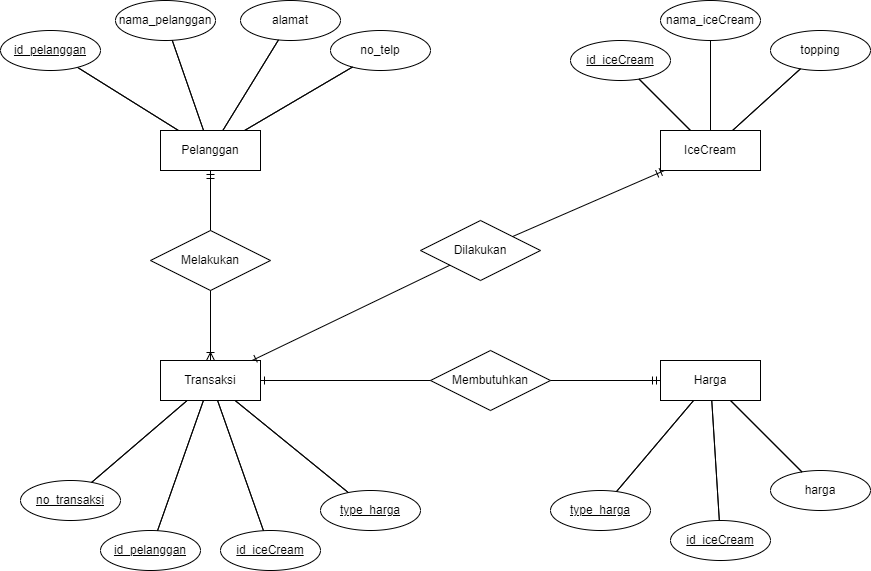
This is ERD/IceCream.png from praktikum-tiunpad-2022/proyek-web-execution, a draw.io export, as it was before one commit. Source tidied: cells renumbered, new cells last; positions are measured from the earlier drawing's top-left corner, leaving out a move shared by most shapes.
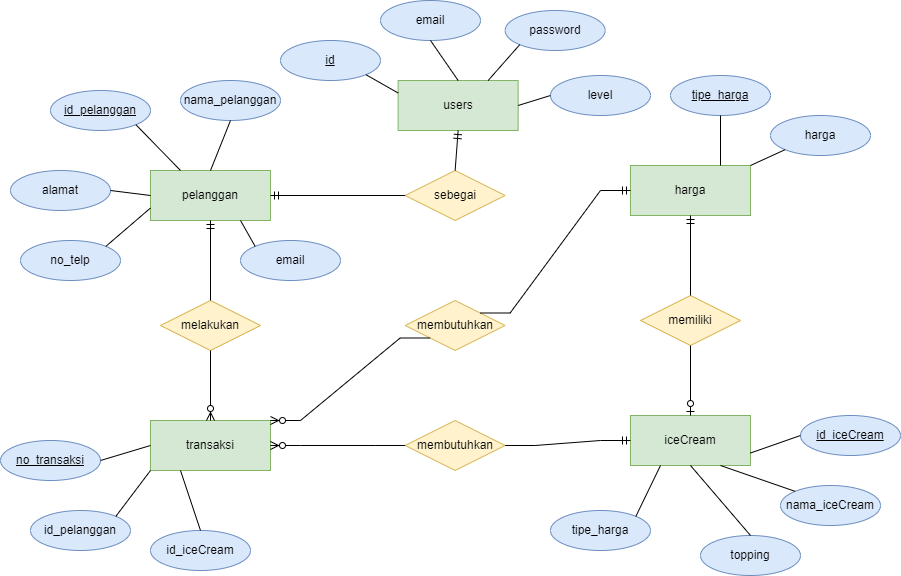
The same diagram one commit later.

The edit, as a diff of the source:
```diff
@@ -2,128 +2,173 @@
   <root>
     <mxCell id="0" />
     <mxCell id="1" parent="0" />
-    <mxCell id="2" style="rounded=0;jettySize=auto;html=1;shape=link;width=0;" parent="1" edge="1" source="3" target="4">
-      <mxGeometry relative="1" as="geometry" />
-    </mxCell>
-    <mxCell id="3" value="Pelanggan" style="whiteSpace=wrap;html=1;align=center;" parent="1" vertex="1">
-      <mxGeometry x="160" y="130" width="100" height="40" as="geometry" />
-    </mxCell>
-    <mxCell id="4" value="id_pelanggan" style="ellipse;whiteSpace=wrap;html=1;align=center;fontStyle=4;" parent="1" vertex="1">
-      <mxGeometry y="30" width="100" height="40" as="geometry" />
-    </mxCell>
+    <mxCell id="43" value="pelanggan" style="whiteSpace=wrap;html=1;align=center;fillColor=#d5e8d4;strokeColor=#82b366;" parent="1" vertex="1">
+      <mxGeometry x="-50" y="20" width="120" height="50" as="geometry" />
+    </mxCell>
+    <mxCell id="44" value="transaksi" style="whiteSpace=wrap;html=1;align=center;fillColor=#d5e8d4;strokeColor=#82b366;" parent="1" vertex="1">
+      <mxGeometry x="-50" y="270" width="120" height="50" as="geometry" />
+    </mxCell>
+    <mxCell id="45" value="iceCream" style="whiteSpace=wrap;html=1;align=center;fillColor=#d5e8d4;strokeColor=#82b366;" parent="1" vertex="1">
+      <mxGeometry x="430" y="265" width="120" height="50" as="geometry" />
+    </mxCell>
+    <mxCell id="46" value="harga" style="whiteSpace=wrap;html=1;align=center;fillColor=#d5e8d4;strokeColor=#82b366;" parent="1" vertex="1">
+      <mxGeometry x="430" y="15" width="120" height="50" as="geometry" />
+    </mxCell>
+    <mxCell id="47" value="melakukan" style="shape=rhombus;perimeter=rhombusPerimeter;whiteSpace=wrap;html=1;align=center;fillColor=#fff2cc;strokeColor=#d6b656;" parent="1" vertex="1">
+      <mxGeometry x="-40" y="150" width="100" height="50" as="geometry" />
+    </mxCell>
+    <mxCell id="48" style="fontSize=12;html=1;endArrow=ERmandOne;rounded=0;entryX=0.5;entryY=1;entryDx=0;entryDy=0;exitX=0.5;exitY=0;exitDx=0;exitDy=0;" parent="1" edge="1" source="47" target="43">
+      <mxGeometry relative="1" as="geometry" />
+    </mxCell>
+    <mxCell id="49" style="fontSize=12;html=1;endArrow=ERzeroToMany;endFill=1;rounded=0;entryX=0.5;entryY=0;entryDx=0;entryDy=0;exitX=0.5;exitY=1;exitDx=0;exitDy=0;" parent="1" edge="1" source="47" target="44">
+      <mxGeometry relative="1" as="geometry" />
+    </mxCell>
+    <mxCell id="50" value="membutuhkan" style="shape=rhombus;perimeter=rhombusPerimeter;whiteSpace=wrap;html=1;align=center;fillColor=#fff2cc;strokeColor=#d6b656;" parent="1" vertex="1">
+      <mxGeometry x="204.6" y="270" width="100" height="50" as="geometry" />
+    </mxCell>
+    <mxCell id="51" style="edgeStyle=entityRelationEdgeStyle;fontSize=12;html=1;endArrow=ERmandOne;rounded=0;entryX=0;entryY=0.5;entryDx=0;entryDy=0;exitX=1;exitY=0.5;exitDx=0;exitDy=0;" parent="1" edge="1" source="50" target="45">
+      <mxGeometry relative="1" as="geometry" />
+    </mxCell>
+    <mxCell id="52" style="edgeStyle=entityRelationEdgeStyle;fontSize=12;html=1;endArrow=ERzeroToMany;endFill=1;rounded=0;entryX=1;entryY=0.5;entryDx=0;entryDy=0;exitX=0;exitY=0.5;exitDx=0;exitDy=0;" parent="1" edge="1" source="50" target="44">
+      <mxGeometry relative="1" as="geometry" />
+    </mxCell>
+    <mxCell id="53" value="memiliki" style="shape=rhombus;perimeter=rhombusPerimeter;whiteSpace=wrap;html=1;align=center;fillColor=#fff2cc;strokeColor=#d6b656;" parent="1" vertex="1">
+      <mxGeometry x="440" y="145" width="100" height="50" as="geometry" />
+    </mxCell>
+    <mxCell id="54" style="fontSize=12;html=1;endArrow=ERzeroToOne;endFill=1;rounded=0;entryX=0.5;entryY=0;entryDx=0;entryDy=0;exitX=0.5;exitY=1;exitDx=0;exitDy=0;" parent="1" edge="1" source="53" target="45">
+      <mxGeometry relative="1" as="geometry" />
+    </mxCell>
+    <mxCell id="55" style="fontSize=12;html=1;endArrow=ERmandOne;rounded=0;entryX=0.5;entryY=1;entryDx=0;entryDy=0;exitX=0.5;exitY=0;exitDx=0;exitDy=0;" parent="1" edge="1" source="53" target="46">
+      <mxGeometry relative="1" as="geometry" />
+    </mxCell>
+    <mxCell id="56" value="membutuhkan" style="shape=rhombus;perimeter=rhombusPerimeter;whiteSpace=wrap;html=1;align=center;fillColor=#fff2cc;strokeColor=#d6b656;" parent="1" vertex="1">
+      <mxGeometry x="204.6" y="150" width="100" height="50" as="geometry" />
+    </mxCell>
+    <mxCell id="57" style="edgeStyle=entityRelationEdgeStyle;fontSize=12;html=1;endArrow=ERmandOne;rounded=0;entryX=0;entryY=0.5;entryDx=0;entryDy=0;exitX=1;exitY=0;exitDx=0;exitDy=0;" parent="1" edge="1" source="56" target="46">
+      <mxGeometry relative="1" as="geometry" />
+    </mxCell>
+    <mxCell id="58" style="edgeStyle=entityRelationEdgeStyle;fontSize=12;html=1;endArrow=ERzeroToMany;endFill=1;rounded=0;entryX=1;entryY=0;entryDx=0;entryDy=0;exitX=0;exitY=1;exitDx=0;exitDy=0;" parent="1" edge="1" source="56" target="44">
+      <mxGeometry relative="1" as="geometry" />
+    </mxCell>
+    <mxCell id="59" value="id_pelanggan" style="ellipse;whiteSpace=wrap;html=1;align=center;fontStyle=4;fillColor=#dae8fc;strokeColor=#6c8ebf;" parent="1" vertex="1">
+      <mxGeometry x="-150" y="-60" width="100" height="40" as="geometry" />
+    </mxCell>
-    <mxCell id="5" value="nama_pelanggan" style="ellipse;whiteSpace=wrap;html=1;align=center;" parent="1" vertex="1">
-      <mxGeometry x="115" width="100" height="40" as="geometry" />
+    <mxCell id="5" value="nama_pelanggan" style="ellipse;whiteSpace=wrap;html=1;align=center;fillColor=#dae8fc;strokeColor=#6c8ebf;" parent="1" vertex="1">
+      <mxGeometry x="-20" y="-70" width="100" height="40" as="geometry" />
     </mxCell>
-    <mxCell id="6" value="alamat" style="ellipse;whiteSpace=wrap;html=1;align=center;" parent="1" vertex="1">
-      <mxGeometry x="240" width="100" height="40" as="geometry" />
+    <mxCell id="6" value="alamat" style="ellipse;whiteSpace=wrap;html=1;align=center;fillColor=#dae8fc;strokeColor=#6c8ebf;" parent="1" vertex="1">
+      <mxGeometry x="-190" y="20" width="100" height="40" as="geometry" />
     </mxCell>
-    <mxCell id="7" value="no_telp" style="ellipse;whiteSpace=wrap;html=1;align=center;" parent="1" vertex="1">
-      <mxGeometry x="330" y="30" width="100" height="40" as="geometry" />
+    <mxCell id="7" value="no_telp" style="ellipse;whiteSpace=wrap;html=1;align=center;fillColor=#dae8fc;strokeColor=#6c8ebf;" parent="1" vertex="1">
+      <mxGeometry x="-180" y="90" width="100" height="40" as="geometry" />
     </mxCell>
-    <mxCell id="8" style="rounded=0;jettySize=auto;html=1;shape=link;width=0;" parent="1" edge="1" source="3" target="5">
-      <mxGeometry relative="1" as="geometry" />
-    </mxCell>
-    <mxCell id="9" style="rounded=0;jettySize=auto;html=1;shape=link;width=0;" parent="1" edge="1" source="3" target="6">
-      <mxGeometry relative="1" as="geometry" />
-    </mxCell>
-    <mxCell id="10" style="rounded=0;jettySize=auto;html=1;shape=link;width=0;" parent="1" edge="1" source="3" target="7">
-      <mxGeometry relative="1" as="geometry" />
-    </mxCell>
-    <mxCell id="11" value="Transaksi" style="whiteSpace=wrap;html=1;align=center;" parent="1" vertex="1">
-      <mxGeometry x="160" y="360" width="100" height="40" as="geometry" />
-    </mxCell>
-    <mxCell id="12" value="no_transaksi" style="ellipse;whiteSpace=wrap;html=1;align=center;fontStyle=4;" parent="1" vertex="1">
-      <mxGeometry x="20" y="480" width="100" height="40" as="geometry" />
-    </mxCell>
-    <mxCell id="13" value="id_pelanggan" style="ellipse;whiteSpace=wrap;html=1;align=center;fontStyle=4;" parent="1" vertex="1">
-      <mxGeometry x="100" y="530" width="100" height="40" as="geometry" />
-    </mxCell>
-    <mxCell id="14" value="id_iceCream" style="ellipse;whiteSpace=wrap;html=1;align=center;fontStyle=4;" parent="1" vertex="1">
-      <mxGeometry x="220" y="530" width="100" height="40" as="geometry" />
-    </mxCell>
-    <mxCell id="15" value="type_harga" style="ellipse;whiteSpace=wrap;html=1;align=center;fontStyle=4;" parent="1" vertex="1">
-      <mxGeometry x="320" y="490" width="100" height="40" as="geometry" />
-    </mxCell>
-    <mxCell id="16" style="rounded=0;jettySize=auto;html=1;shape=link;width=0;" parent="1" edge="1" source="11" target="12">
-      <mxGeometry relative="1" as="geometry" />
-    </mxCell>
-    <mxCell id="17" style="rounded=0;jettySize=auto;html=1;shape=link;width=0;" parent="1" edge="1" source="11" target="13">
-      <mxGeometry relative="1" as="geometry" />
-    </mxCell>
-    <mxCell id="18" style="rounded=0;jettySize=auto;html=1;shape=link;width=0;" parent="1" edge="1" source="11" target="14">
-      <mxGeometry relative="1" as="geometry" />
-    </mxCell>
-    <mxCell id="19" style="rounded=0;jettySize=auto;html=1;shape=link;width=0;" parent="1" edge="1" source="11" target="15">
-      <mxGeometry relative="1" as="geometry" />
-    </mxCell>
-    <mxCell id="20" value="IceCream" style="whiteSpace=wrap;html=1;align=center;" parent="1" vertex="1">
-      <mxGeometry x="660" y="130" width="100" height="40" as="geometry" />
-    </mxCell>
-    <mxCell id="21" value="id_iceCream" style="ellipse;whiteSpace=wrap;html=1;align=center;fontStyle=4;" parent="1" vertex="1">
-      <mxGeometry x="570" y="40" width="100" height="40" as="geometry" />
-    </mxCell>
+    <mxCell id="60" style="endArrow=none;html=1;rounded=0;exitX=1;exitY=0;exitDx=0;exitDy=0;entryX=0;entryY=0.75;entryDx=0;entryDy=0;" parent="1" edge="1" source="7" target="43">
+      <mxGeometry relative="1" as="geometry" />
+    </mxCell>
+    <mxCell id="61" style="endArrow=none;html=1;rounded=0;exitX=1;exitY=0.5;exitDx=0;exitDy=0;entryX=0;entryY=0.5;entryDx=0;entryDy=0;" parent="1" edge="1" source="6" target="43">
+      <mxGeometry relative="1" as="geometry" />
+    </mxCell>
+    <mxCell id="62" style="endArrow=none;html=1;rounded=0;exitX=1;exitY=1;exitDx=0;exitDy=0;entryX=0.25;entryY=0;entryDx=0;entryDy=0;" parent="1" edge="1" source="59" target="43">
+      <mxGeometry relative="1" as="geometry" />
+    </mxCell>
+    <mxCell id="63" style="endArrow=none;html=1;rounded=0;exitX=0.5;exitY=1;exitDx=0;exitDy=0;entryX=0.5;entryY=0;entryDx=0;entryDy=0;" parent="1" edge="1" source="5" target="43">
+      <mxGeometry relative="1" as="geometry" />
+    </mxCell>
+    <mxCell id="64" value="&lt;u&gt;tipe_harga&lt;/u&gt;" style="ellipse;whiteSpace=wrap;html=1;align=center;fillColor=#dae8fc;strokeColor=#6c8ebf;" parent="1" vertex="1">
+      <mxGeometry x="470" y="-75" width="100" height="40" as="geometry" />
+    </mxCell>
+    <mxCell id="65" value="harga" style="ellipse;whiteSpace=wrap;html=1;align=center;fillColor=#dae8fc;strokeColor=#6c8ebf;" parent="1" vertex="1">
+      <mxGeometry x="570" y="-35" width="100" height="40" as="geometry" />
+    </mxCell>
+    <mxCell id="66" style="endArrow=none;html=1;rounded=0;exitX=0.5;exitY=1;exitDx=0;exitDy=0;entryX=0.75;entryY=0;entryDx=0;entryDy=0;" parent="1" edge="1" source="64" target="46">
+      <mxGeometry relative="1" as="geometry" />
+    </mxCell>
+    <mxCell id="67" style="endArrow=none;html=1;rounded=0;entryX=0;entryY=1;entryDx=0;entryDy=0;exitX=1;exitY=0;exitDx=0;exitDy=0;" parent="1" edge="1" source="46" target="65">
+      <mxGeometry relative="1" as="geometry" />
+    </mxCell>
+    <mxCell id="68" value="&lt;u&gt;id_iceCream&lt;/u&gt;" style="ellipse;whiteSpace=wrap;html=1;align=center;fillColor=#dae8fc;strokeColor=#6c8ebf;" parent="1" vertex="1">
+      <mxGeometry x="600" y="265" width="100" height="40" as="geometry" />
+    </mxCell>
-    <mxCell id="22" value="nama_iceCream" style="ellipse;whiteSpace=wrap;html=1;align=center;" parent="1" vertex="1">
-      <mxGeometry x="660" width="100" height="40" as="geometry" />
+    <mxCell id="22" value="nama_iceCream" style="ellipse;whiteSpace=wrap;html=1;align=center;fillColor=#dae8fc;strokeColor=#6c8ebf;" parent="1" vertex="1">
+      <mxGeometry x="580" y="335" width="100" height="40" as="geometry" />
     </mxCell>
-    <mxCell id="23" value="topping" style="ellipse;whiteSpace=wrap;html=1;align=center;" parent="1" vertex="1">
-      <mxGeometry x="770" y="30" width="100" height="40" as="geometry" />
+    <mxCell id="23" value="topping" style="ellipse;whiteSpace=wrap;html=1;align=center;fillColor=#dae8fc;strokeColor=#6c8ebf;" parent="1" vertex="1">
+      <mxGeometry x="500" y="385" width="100" height="40" as="geometry" />
     </mxCell>
-    <mxCell id="24" style="rounded=0;jettySize=auto;html=1;shape=link;width=0;" parent="1" edge="1" source="20" target="21">
-      <mxGeometry relative="1" as="geometry" />
-    </mxCell>
-    <mxCell id="25" style="rounded=0;jettySize=auto;html=1;shape=link;width=0;" parent="1" edge="1" source="20" target="22">
-      <mxGeometry relative="1" as="geometry" />
-    </mxCell>
-    <mxCell id="26" style="rounded=0;jettySize=auto;html=1;shape=link;width=0;" parent="1" edge="1" source="20" target="23">
-      <mxGeometry relative="1" as="geometry" />
-    </mxCell>
-    <mxCell id="27" value="Harga" style="whiteSpace=wrap;html=1;align=center;" parent="1" vertex="1">
-      <mxGeometry x="660" y="360" width="100" height="40" as="geometry" />
-    </mxCell>
-    <mxCell id="28" value="type_harga" style="ellipse;whiteSpace=wrap;html=1;align=center;fontStyle=4;" parent="1" vertex="1">
-      <mxGeometry x="550" y="490" width="100" height="40" as="geometry" />
-    </mxCell>
-    <mxCell id="29" value="id_iceCream" style="ellipse;whiteSpace=wrap;html=1;align=center;fontStyle=4;" parent="1" vertex="1">
-      <mxGeometry x="670" y="520" width="100" height="40" as="geometry" />
-    </mxCell>
-    <mxCell id="30" value="harga" style="ellipse;whiteSpace=wrap;html=1;align=center;" parent="1" vertex="1">
-      <mxGeometry x="770" y="470" width="100" height="40" as="geometry" />
-    </mxCell>
-    <mxCell id="31" style="rounded=0;jettySize=auto;html=1;shape=link;width=0;" parent="1" edge="1" source="27" target="28">
-      <mxGeometry relative="1" as="geometry" />
-    </mxCell>
-    <mxCell id="32" style="rounded=0;jettySize=auto;html=1;shape=link;width=0;" parent="1" edge="1" source="27" target="29">
-      <mxGeometry relative="1" as="geometry" />
-    </mxCell>
-    <mxCell id="33" style="rounded=0;jettySize=auto;html=1;shape=link;width=0;" parent="1" edge="1" source="27" target="30">
-      <mxGeometry relative="1" as="geometry" />
-    </mxCell>
-    <mxCell id="34" value="Melakukan" style="shape=rhombus;perimeter=rhombusPerimeter;whiteSpace=wrap;html=1;align=center;" parent="1" vertex="1">
-      <mxGeometry x="150" y="230" width="120" height="60" as="geometry" />
-    </mxCell>
-    <mxCell id="35" style="fontSize=12;html=1;endArrow=ERmandOne;rounded=0;" parent="1" edge="1" source="34" target="3">
-      <mxGeometry relative="1" as="geometry" />
-    </mxCell>
-    <mxCell id="36" style="fontSize=12;html=1;endArrow=ERoneToMany;rounded=0;" parent="1" edge="1" source="34" target="11">
-      <mxGeometry relative="1" as="geometry" />
-    </mxCell>
-    <mxCell id="37" value="Dilakukan" style="shape=rhombus;perimeter=rhombusPerimeter;whiteSpace=wrap;html=1;align=center;" parent="1" vertex="1">
-      <mxGeometry x="420" y="220" width="120" height="60" as="geometry" />
-    </mxCell>
-    <mxCell id="38" value="Membutuhkan" style="shape=rhombus;perimeter=rhombusPerimeter;whiteSpace=wrap;html=1;align=center;" parent="1" vertex="1">
-      <mxGeometry x="430" y="350" width="120" height="60" as="geometry" />
-    </mxCell>
-    <mxCell id="39" style="fontSize=12;html=1;endArrow=ERmandOne;rounded=0;" parent="1" edge="1" source="37" target="20">
-      <mxGeometry relative="1" as="geometry" />
-    </mxCell>
-    <mxCell id="40" style="fontSize=12;html=1;endArrow=ERmandOne;rounded=0;" parent="1" edge="1" source="38" target="27">
-      <mxGeometry relative="1" as="geometry" />
-    </mxCell>
-    <mxCell id="41" style="fontSize=12;html=1;endArrow=ERone;endFill=1;rounded=0;" parent="1" edge="1" source="38" target="11">
-      <mxGeometry relative="1" as="geometry" />
-    </mxCell>
-    <mxCell id="42" style="fontSize=12;html=1;endArrow=ERone;endFill=1;rounded=0;" parent="1" edge="1" source="37" target="11">
-      <mxGeometry relative="1" as="geometry" />
-    </mxCell>
+    <mxCell id="69" value="tipe_harga" style="ellipse;whiteSpace=wrap;html=1;align=center;fillColor=#dae8fc;strokeColor=#6c8ebf;" parent="1" vertex="1">
+      <mxGeometry x="350" y="360" width="100" height="40" as="geometry" />
+    </mxCell>
+    <mxCell id="70" style="endArrow=none;html=1;rounded=0;entryX=0.25;entryY=1;entryDx=0;entryDy=0;exitX=1;exitY=0;exitDx=0;exitDy=0;" parent="1" edge="1" source="69" target="45">
+      <mxGeometry relative="1" as="geometry" />
+    </mxCell>
+    <mxCell id="71" style="endArrow=none;html=1;rounded=0;entryX=0.5;entryY=0;entryDx=0;entryDy=0;exitX=0.5;exitY=1;exitDx=0;exitDy=0;" parent="1" edge="1" source="45" target="23">
+      <mxGeometry relative="1" as="geometry" />
+    </mxCell>
+    <mxCell id="72" style="endArrow=none;html=1;rounded=0;entryX=0;entryY=0;entryDx=0;entryDy=0;exitX=0.75;exitY=1;exitDx=0;exitDy=0;" parent="1" edge="1" source="45" target="22">
+      <mxGeometry relative="1" as="geometry" />
+    </mxCell>
+    <mxCell id="73" style="endArrow=none;html=1;rounded=0;entryX=0;entryY=0.5;entryDx=0;entryDy=0;exitX=1;exitY=0.75;exitDx=0;exitDy=0;" parent="1" edge="1" source="45" target="68">
+      <mxGeometry relative="1" as="geometry" />
+    </mxCell>
+    <mxCell id="12" value="no_transaksi" style="ellipse;whiteSpace=wrap;html=1;align=center;fontStyle=4;fillColor=#dae8fc;strokeColor=#6c8ebf;" parent="1" vertex="1">
+      <mxGeometry x="-200" y="290" width="100" height="40" as="geometry" />
+    </mxCell>
+    <mxCell id="74" value="id_pelanggan" style="ellipse;whiteSpace=wrap;html=1;align=center;fillColor=#dae8fc;strokeColor=#6c8ebf;" parent="1" vertex="1">
+      <mxGeometry x="-170" y="360" width="100" height="40" as="geometry" />
+    </mxCell>
+    <mxCell id="75" value="id_iceCream" style="ellipse;whiteSpace=wrap;html=1;align=center;fillColor=#dae8fc;strokeColor=#6c8ebf;" parent="1" vertex="1">
+      <mxGeometry x="-50" y="380" width="100" height="40" as="geometry" />
+    </mxCell>
+    <mxCell id="76" style="endArrow=none;html=1;rounded=0;exitX=1;exitY=0.5;exitDx=0;exitDy=0;entryX=0;entryY=0.5;entryDx=0;entryDy=0;" parent="1" edge="1" source="12" target="44">
+      <mxGeometry relative="1" as="geometry" />
+    </mxCell>
+    <mxCell id="77" style="endArrow=none;html=1;rounded=0;exitX=1;exitY=0;exitDx=0;exitDy=0;entryX=0;entryY=1;entryDx=0;entryDy=0;" parent="1" edge="1" source="74" target="44">
+      <mxGeometry relative="1" as="geometry" />
+    </mxCell>
+    <mxCell id="78" style="endArrow=none;html=1;rounded=0;exitX=0.5;exitY=0;exitDx=0;exitDy=0;entryX=0.25;entryY=1;entryDx=0;entryDy=0;" parent="1" edge="1" source="75" target="44">
+      <mxGeometry relative="1" as="geometry" />
+    </mxCell>
+    <mxCell id="79" value="users" style="whiteSpace=wrap;html=1;align=center;fillColor=#d5e8d4;strokeColor=#82b366;" parent="1" vertex="1">
+      <mxGeometry x="197.6" y="-70" width="120" height="50" as="geometry" />
+    </mxCell>
+    <mxCell id="80" value="email" style="ellipse;whiteSpace=wrap;html=1;align=center;fillColor=#dae8fc;strokeColor=#6c8ebf;" parent="1" vertex="1">
+      <mxGeometry x="40" y="90" width="100" height="40" as="geometry" />
+    </mxCell>
+    <mxCell id="81" style="endArrow=none;html=1;rounded=0;exitX=0.75;exitY=1;exitDx=0;exitDy=0;entryX=0;entryY=0;entryDx=0;entryDy=0;" parent="1" edge="1" source="43" target="80">
+      <mxGeometry relative="1" as="geometry" />
+    </mxCell>
+    <mxCell id="82" value="sebegai" style="shape=rhombus;perimeter=rhombusPerimeter;whiteSpace=wrap;html=1;align=center;fillColor=#fff2cc;strokeColor=#d6b656;" parent="1" vertex="1">
+      <mxGeometry x="204.6" y="20" width="100" height="50" as="geometry" />
+    </mxCell>
+    <mxCell id="83" style="fontSize=12;html=1;endArrow=ERmandOne;rounded=0;entryX=0.5;entryY=1;entryDx=0;entryDy=0;exitX=0.5;exitY=0;exitDx=0;exitDy=0;" parent="1" edge="1" source="82" target="79">
+      <mxGeometry relative="1" as="geometry" />
+    </mxCell>
+    <mxCell id="84" style="fontSize=12;html=1;endArrow=ERmandOne;rounded=0;entryX=1;entryY=0.5;entryDx=0;entryDy=0;exitX=0;exitY=0.5;exitDx=0;exitDy=0;" parent="1" edge="1" source="82" target="43">
+      <mxGeometry relative="1" as="geometry" />
+    </mxCell>
+    <mxCell id="85" value="id" style="ellipse;whiteSpace=wrap;html=1;align=center;fontStyle=4;fillColor=#dae8fc;strokeColor=#6c8ebf;" parent="1" vertex="1">
+      <mxGeometry x="80" y="-110" width="100" height="40" as="geometry" />
+    </mxCell>
+    <mxCell id="86" value="email" style="ellipse;whiteSpace=wrap;html=1;align=center;fillColor=#dae8fc;strokeColor=#6c8ebf;" parent="1" vertex="1">
+      <mxGeometry x="180" y="-150" width="100" height="40" as="geometry" />
+    </mxCell>
+    <mxCell id="87" value="level" style="ellipse;whiteSpace=wrap;html=1;align=center;fillColor=#dae8fc;strokeColor=#6c8ebf;" parent="1" vertex="1">
+      <mxGeometry x="350" y="-75" width="100" height="40" as="geometry" />
+    </mxCell>
+    <mxCell id="88" style="endArrow=none;html=1;rounded=0;exitX=1;exitY=1;exitDx=0;exitDy=0;entryX=0;entryY=0.25;entryDx=0;entryDy=0;" parent="1" edge="1" source="85" target="79">
+      <mxGeometry relative="1" as="geometry" />
+    </mxCell>
+    <mxCell id="89" style="endArrow=none;html=1;rounded=0;exitX=0.5;exitY=1;exitDx=0;exitDy=0;entryX=0.5;entryY=0;entryDx=0;entryDy=0;" parent="1" edge="1" source="86" target="79">
+      <mxGeometry relative="1" as="geometry" />
+    </mxCell>
+    <mxCell id="90" style="endArrow=none;html=1;rounded=0;entryX=0;entryY=0.5;entryDx=0;entryDy=0;exitX=1;exitY=0.5;exitDx=0;exitDy=0;" parent="1" edge="1" source="79" target="87">
+      <mxGeometry relative="1" as="geometry" />
+    </mxCell>
+    <mxCell id="91" value="password" style="ellipse;whiteSpace=wrap;html=1;align=center;fillColor=#dae8fc;strokeColor=#6c8ebf;" parent="1" vertex="1">
+      <mxGeometry x="304.6" y="-140" width="100" height="40" as="geometry" />
+    </mxCell>
+    <mxCell id="92" style="endArrow=none;html=1;rounded=0;exitX=0.75;exitY=0;exitDx=0;exitDy=0;entryX=0;entryY=1;entryDx=0;entryDy=0;" parent="1" edge="1" source="79" target="91">
+      <mxGeometry relative="1" as="geometry" />
+    </mxCell>
   </root>
 </mxGraphModel>
```
